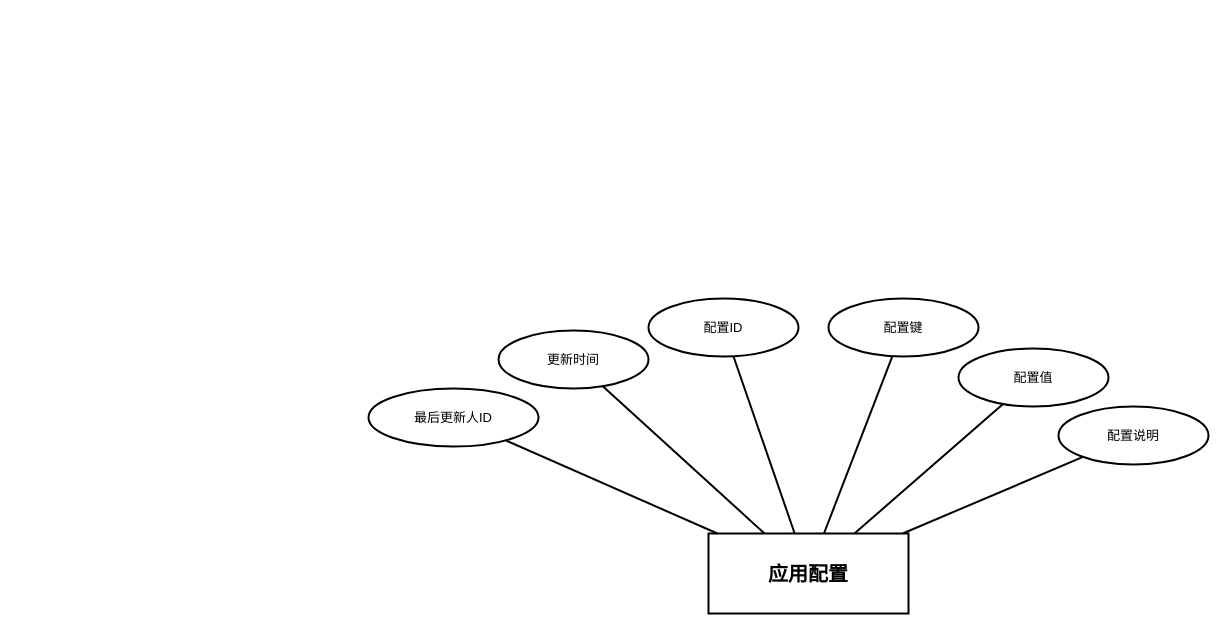
The draw.io diagram DOCS/thesis/figures/entity-diagrams/app_settings/app_settings_entity.drawio in 612cs/TrailQuest, before the edit. Source tidied: cells renumbered, new cells numbered last; positions are measured from the earlier drawing's top-left corner, leaving out a move shared by most shapes. Both pictures are drawn from the tidied source at 100%, with x=0, y=0 at pixel (368, 298).
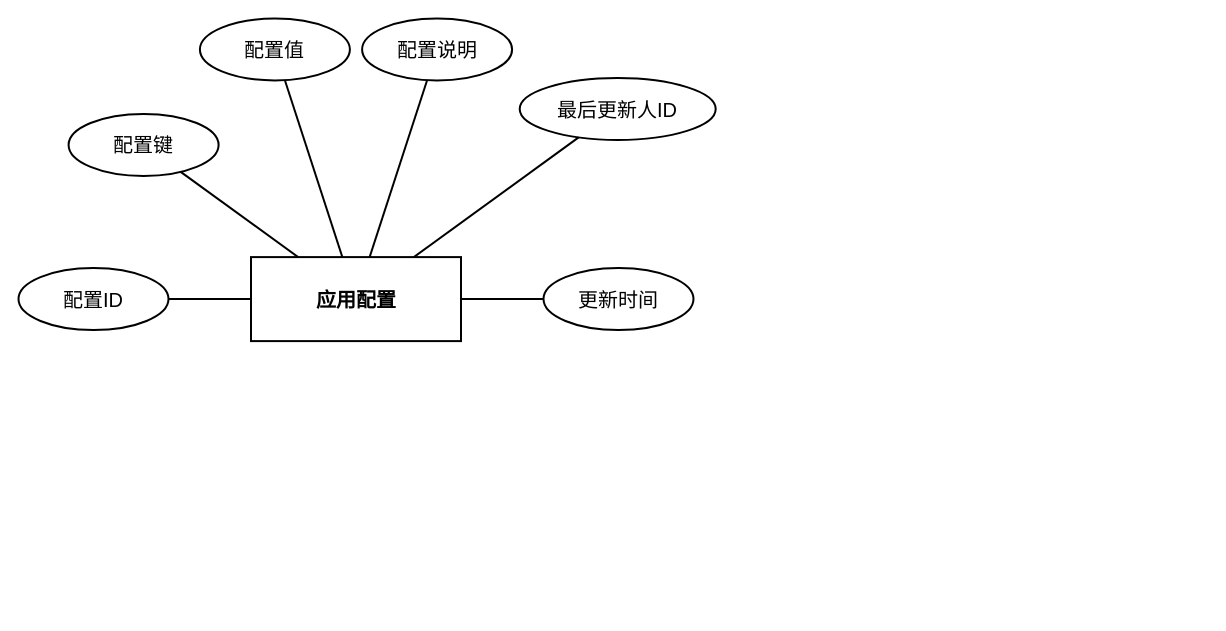
After the change.

What changed in the source:
```diff
@@
 <mxGraphModel>
   <root>
     <mxCell id="0" />
     <mxCell id="1" parent="0" />
-    <mxCell id="2" value="应用配置" style="rounded=0;whiteSpace=wrap;html=1;fillColor=#ffffff;strokeColor=#000000;fontColor=#000000;fontFamily=Arial;fontSize=20;fontStyle=1;align=center;verticalAlign=middle;strokeWidth=2;" parent="1" vertex="1">
-      <mxGeometry x="340" y="235" width="200" height="80" as="geometry" />
+    <mxCell id="2" value="应用配置" style="rounded=0;whiteSpace=wrap;html=1;fillColor=none;strokeColor=#000000;fontColor=#000000;fontFamily=Arial;fontSize=20;fontStyle=1;align=center;verticalAlign=middle;strokeWidth=2;gradientColor=none;shadow=0;glass=0;" parent="1" vertex="1">
+      <mxGeometry x="-117.5" y="-41.4" width="210" height="84" as="geometry" />
     </mxCell>
-    <mxCell id="3" value="配置ID" style="ellipse;whiteSpace=wrap;html=1;fillColor=#ffffff;strokeColor=#000000;fontColor=#000000;fontFamily=Arial;fontSize=13;align=center;verticalAlign=middle;strokeWidth=2;" parent="1" vertex="1">
-      <mxGeometry x="280" width="150" height="58" as="geometry" />
+    <mxCell id="3" value="配置ID" style="ellipse;whiteSpace=wrap;html=1;fillColor=none;strokeColor=#000000;fontColor=#000000;fontFamily=Arial;fontSize=20;align=center;verticalAlign=middle;strokeWidth=2;gradientColor=none;shadow=0;glass=0;" parent="1" vertex="1">
+      <mxGeometry x="-350" y="-30.4" width="150" height="62" as="geometry" />
     </mxCell>
-    <mxCell id="4" value="配置键" style="ellipse;whiteSpace=wrap;html=1;fillColor=#ffffff;strokeColor=#000000;fontColor=#000000;fontFamily=Arial;fontSize=13;align=center;verticalAlign=middle;strokeWidth=2;" parent="1" vertex="1">
-      <mxGeometry x="460" width="150" height="58" as="geometry" />
+    <mxCell id="4" value="配置键" style="ellipse;whiteSpace=wrap;html=1;fillColor=none;strokeColor=#000000;fontColor=#000000;fontFamily=Arial;fontSize=20;align=center;verticalAlign=middle;strokeWidth=2;gradientColor=none;shadow=0;glass=0;" parent="1" vertex="1">
+      <mxGeometry x="-299.9" y="-184.6" width="150" height="62" as="geometry" />
     </mxCell>
-    <mxCell id="5" value="配置值" style="ellipse;whiteSpace=wrap;html=1;fillColor=#ffffff;strokeColor=#000000;fontColor=#000000;fontFamily=Arial;fontSize=13;align=center;verticalAlign=middle;strokeWidth=2;" parent="1" vertex="1">
-      <mxGeometry x="590" y="50" width="150" height="58" as="geometry" />
+    <mxCell id="5" value="配置值" style="ellipse;whiteSpace=wrap;html=1;fillColor=none;strokeColor=#000000;fontColor=#000000;fontFamily=Arial;fontSize=20;align=center;verticalAlign=middle;strokeWidth=2;gradientColor=none;shadow=0;glass=0;" parent="1" vertex="1">
+      <mxGeometry x="-168.6" y="-280" width="150" height="62" as="geometry" />
     </mxCell>
-    <mxCell id="6" value="配置说明" style="ellipse;whiteSpace=wrap;html=1;fillColor=#ffffff;strokeColor=#000000;fontColor=#000000;fontFamily=Arial;fontSize=13;align=center;verticalAlign=middle;strokeWidth=2;" parent="1" vertex="1">
-      <mxGeometry x="690" y="108" width="150" height="58" as="geometry" />
+    <mxCell id="6" value="配置说明" style="ellipse;whiteSpace=wrap;html=1;fillColor=none;strokeColor=#000000;fontColor=#000000;fontFamily=Arial;fontSize=20;align=center;verticalAlign=middle;strokeWidth=2;gradientColor=none;shadow=0;glass=0;" parent="1" vertex="1">
+      <mxGeometry x="-6.4" y="-280" width="150" height="62" as="geometry" />
     </mxCell>
-    <mxCell id="7" value="最后更新人ID" style="ellipse;whiteSpace=wrap;html=1;fillColor=#ffffff;strokeColor=#000000;fontColor=#000000;fontFamily=Arial;fontSize=13;align=center;verticalAlign=middle;strokeWidth=2;" parent="1" vertex="1">
-      <mxGeometry y="90" width="170" height="58" as="geometry" />
+    <mxCell id="7" value="最后更新人ID" style="ellipse;whiteSpace=wrap;html=1;fillColor=none;strokeColor=#000000;fontColor=#000000;fontFamily=Arial;fontSize=20;align=center;verticalAlign=middle;strokeWidth=2;gradientColor=none;shadow=0;glass=0;" parent="1" vertex="1">
+      <mxGeometry x="151.2" y="-220.5" width="196" height="62" as="geometry" />
     </mxCell>
-    <mxCell id="8" value="更新时间" style="ellipse;whiteSpace=wrap;html=1;fillColor=#ffffff;strokeColor=#000000;fontColor=#000000;fontFamily=Arial;fontSize=13;align=center;verticalAlign=middle;strokeWidth=2;" parent="1" vertex="1">
-      <mxGeometry x="130" y="32" width="150" height="58" as="geometry" />
+    <mxCell id="8" value="更新时间" style="ellipse;whiteSpace=wrap;html=1;fillColor=none;strokeColor=#000000;fontColor=#000000;fontFamily=Arial;fontSize=20;align=center;verticalAlign=middle;strokeWidth=2;gradientColor=none;shadow=0;glass=0;" parent="1" vertex="1">
+      <mxGeometry x="175" y="-30.4" width="150" height="62" as="geometry" />
     </mxCell>
     <mxCell id="9" style="endArrow=none;html=1;rounded=0;strokeColor=#000000;strokeWidth=2;" parent="1" edge="1" source="2" target="3">
       <mxGeometry relative="1" as="geometry" />
     </mxCell>
     <mxCell id="10" style="endArrow=none;html=1;rounded=0;strokeColor=#000000;strokeWidth=2;" parent="1" edge="1" source="2" target="4">
       <mxGeometry relative="1" as="geometry" />
     </mxCell>
     <mxCell id="11" style="endArrow=none;html=1;rounded=0;strokeColor=#000000;strokeWidth=2;" parent="1" edge="1" source="2" target="5">
       <mxGeometry relative="1" as="geometry" />
     </mxCell>
     <mxCell id="12" style="endArrow=none;html=1;rounded=0;strokeColor=#000000;strokeWidth=2;" parent="1" edge="1" source="2" target="6">
       <mxGeometry relative="1" as="geometry" />
     </mxCell>
     <mxCell id="13" style="endArrow=none;html=1;rounded=0;strokeColor=#000000;strokeWidth=2;" parent="1" edge="1" source="2" target="7">
       <mxGeometry relative="1" as="geometry" />
     </mxCell>
     <mxCell id="14" style="endArrow=none;html=1;rounded=0;strokeColor=#000000;strokeWidth=2;" parent="1" edge="1" source="2" target="8">
       <mxGeometry relative="1" as="geometry" />
     </mxCell>
   </root>
 </mxGraphModel>
```
